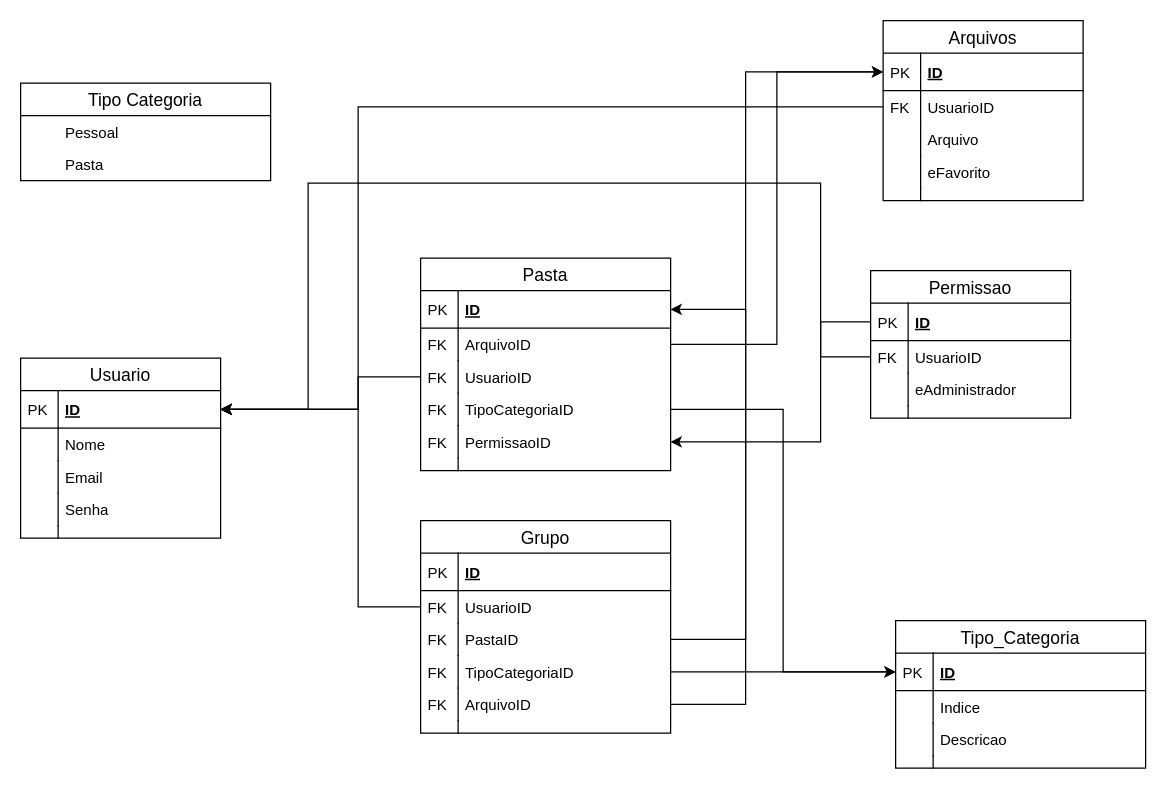
This is documentation/Project_Diagram_ERD.drawio from VictorManduca/dev_drop, a draw.io file, before an edit. Source tidied: cells renumbered, new cells numbered last; positions are measured from the earlier drawing's top-left corner, leaving out a move shared by most shapes. Both pictures are drawn from the tidied source at 125%, with x=0, y=0 at pixel (20, 20).
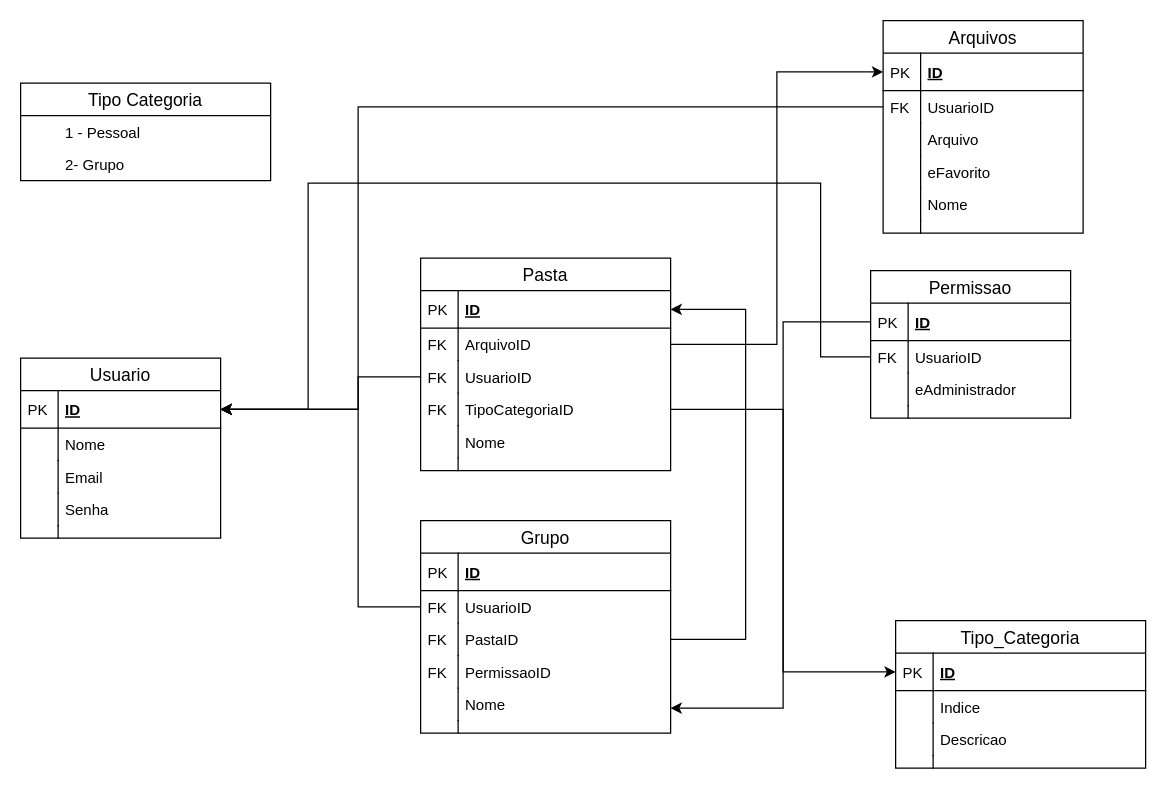
The same diagram, later.

Unchanged cells that the change refers to:
```xml
<mxCell id="3" value="ID" style="shape=partialRectangle;top=0;left=0;right=0;bottom=1;align=left;verticalAlign=middle;fillColor=none;spacingLeft=34;spacingRight=4;overflow=hidden;points=[[0,0.5],[1,0.5]];portConstraint=eastwest;fontStyle=5;fontSize=12;" parent="2" vertex="1">
  <mxGeometry y="26" width="160" height="30" as="geometry" />
</mxCell>
<mxCell id="17" value="ID" style="shape=partialRectangle;top=0;left=0;right=0;bottom=1;align=left;verticalAlign=middle;fillColor=none;spacingLeft=34;spacingRight=4;overflow=hidden;points=[[0,0.5],[1,0.5]];portConstraint=eastwest;fontStyle=5;fontSize=12;" parent="16" vertex="1">
  <mxGeometry y="26" width="200" height="30" as="geometry" />
</mxCell>
<mxCell id="26" value="Pasta" style="swimlane;fontStyle=0;horizontal=1;startSize=26;align=center;fontSize=14;" parent="1" vertex="1">
  <mxGeometry x="320" y="190" width="200" height="170" as="geometry" />
</mxCell>
<mxCell id="39" value="Grupo" style="swimlane;fontStyle=0;horizontal=1;startSize=26;align=center;fontSize=14;" parent="1" vertex="1">
  <mxGeometry x="320" y="400" width="200" height="170" as="geometry" />
</mxCell>
<mxCell id="56" value="ID" style="shape=partialRectangle;top=0;left=0;right=0;bottom=1;align=left;verticalAlign=middle;fillColor=none;spacingLeft=34;spacingRight=4;overflow=hidden;points=[[0,0.5],[1,0.5]];portConstraint=eastwest;fontStyle=5;fontSize=12;" parent="55" vertex="1">
  <mxGeometry y="26" width="160" height="30" as="geometry" />
</mxCell>
<mxCell id="58" value="UsuarioID" style="shape=partialRectangle;top=0;left=0;right=0;bottom=0;align=left;verticalAlign=top;fillColor=none;spacingLeft=34;spacingRight=4;overflow=hidden;points=[[0,0.5],[1,0.5]];portConstraint=eastwest;fontSize=12;" parent="55" vertex="1">
  <mxGeometry y="56" width="160" height="26" as="geometry" />
</mxCell>
<mxCell id="66" value="Tipo Categoria" style="swimlane;fontStyle=0;horizontal=1;startSize=26;align=center;fontSize=14;" parent="1" vertex="1">
  <mxGeometry y="50" width="200" height="78" as="geometry" />
</mxCell>
<mxCell id="70" value="ID" style="shape=partialRectangle;top=0;left=0;right=0;bottom=1;align=left;verticalAlign=middle;fillColor=none;spacingLeft=34;spacingRight=4;overflow=hidden;points=[[0,0.5],[1,0.5]];portConstraint=eastwest;fontStyle=5;fontSize=12;" parent="69" vertex="1">
  <mxGeometry y="26" width="160" height="30" as="geometry" />
</mxCell>
```

The edit, as a diff of the source:
```diff
@@
-    <mxCell id="15" style="edgeStyle=orthogonalEdgeStyle;rounded=0;jettySize=auto;html=1;entryX=0;entryY=0.5;entryDx=0;entryDy=0;" parent="1" edge="1" source="46" target="17">
-      <mxGeometry relative="1" as="geometry" />
-    </mxCell>
@@
-    <mxCell id="35" value="PermissaoID" style="shape=partialRectangle;top=0;left=0;right=0;bottom=0;align=left;verticalAlign=top;fillColor=none;spacingLeft=34;spacingRight=4;overflow=hidden;points=[[0,0.5],[1,0.5]];portConstraint=eastwest;fontSize=12;" parent="26" vertex="1">
-      <mxGeometry y="134" width="200" height="26" as="geometry" />
-    </mxCell>
-    <mxCell id="36" value="FK" style="shape=partialRectangle;top=0;left=0;bottom=0;fillColor=none;align=left;verticalAlign=top;spacingLeft=4;spacingRight=4;overflow=hidden;fontSize=12;" parent="35" vertex="1">
-      <mxGeometry width="30" height="26" as="geometry" />
-    </mxCell>
+    <mxCell id="81" value="Nome" style="shape=partialRectangle;top=0;left=0;right=0;bottom=0;align=left;verticalAlign=top;fillColor=none;spacingLeft=34;spacingRight=4;overflow=hidden;fontSize=12;" parent="26" vertex="1">
+      <mxGeometry y="134" width="200" height="26" as="geometry" />
+    </mxCell>
+    <mxCell id="82" style="shape=partialRectangle;top=0;left=0;bottom=0;fillColor=none;align=left;verticalAlign=top;spacingLeft=4;spacingRight=4;overflow=hidden;fontSize=12;" parent="81" vertex="1">
+      <mxGeometry width="30" height="26" as="geometry" />
+    </mxCell>
@@
-    <mxCell id="46" value="TipoCategoriaID" style="shape=partialRectangle;top=0;left=0;right=0;bottom=0;align=left;verticalAlign=top;fillColor=none;spacingLeft=34;spacingRight=4;overflow=hidden;points=[[0,0.5],[1,0.5]];portConstraint=eastwest;fontSize=12;" parent="39" vertex="1">
-      <mxGeometry y="108" width="200" height="26" as="geometry" />
-    </mxCell>
-    <mxCell id="47" value="FK" style="shape=partialRectangle;top=0;left=0;bottom=0;fillColor=none;align=left;verticalAlign=top;spacingLeft=4;spacingRight=4;overflow=hidden;fontSize=12;" parent="46" vertex="1">
-      <mxGeometry width="30" height="26" as="geometry" />
-    </mxCell>
-    <mxCell id="48" value="ArquivoID" style="shape=partialRectangle;top=0;left=0;right=0;bottom=0;align=left;verticalAlign=top;fillColor=none;spacingLeft=34;spacingRight=4;overflow=hidden;points=[[0,0.5],[1,0.5]];portConstraint=eastwest;fontSize=12;" parent="39" vertex="1">
-      <mxGeometry y="134" width="200" height="26" as="geometry" />
-    </mxCell>
-    <mxCell id="49" value="FK" style="shape=partialRectangle;top=0;left=0;bottom=0;fillColor=none;align=left;verticalAlign=top;spacingLeft=4;spacingRight=4;overflow=hidden;fontSize=12;" parent="48" vertex="1">
-      <mxGeometry width="30" height="26" as="geometry" />
-    </mxCell>
+    <mxCell id="35" value="PermissaoID" style="shape=partialRectangle;top=0;left=0;right=0;bottom=0;align=left;verticalAlign=top;fillColor=none;spacingLeft=34;spacingRight=4;overflow=hidden;points=[[0,0.5],[1,0.5]];portConstraint=eastwest;fontSize=12;" parent="39" vertex="1">
+      <mxGeometry y="108" width="200" height="26" as="geometry" />
+    </mxCell>
+    <mxCell id="83" value="FK" style="shape=partialRectangle;top=0;left=0;bottom=0;fillColor=none;align=left;verticalAlign=top;spacingLeft=4;spacingRight=4;overflow=hidden;fontSize=12;" parent="35" vertex="1">
+      <mxGeometry width="30" height="26" as="geometry" />
+    </mxCell>
+    <mxCell id="84" value="Nome" style="shape=partialRectangle;top=0;left=0;right=0;bottom=0;align=left;verticalAlign=top;fillColor=none;spacingLeft=34;spacingRight=4;overflow=hidden;fontSize=12;" parent="39" vertex="1">
+      <mxGeometry y="134" width="200" height="26" as="geometry" />
+    </mxCell>
+    <mxCell id="85" style="shape=partialRectangle;top=0;left=0;bottom=0;fillColor=none;align=left;verticalAlign=top;spacingLeft=4;spacingRight=4;overflow=hidden;fontSize=12;" parent="84" vertex="1">
+      <mxGeometry width="30" height="26" as="geometry" />
+    </mxCell>
@@
-    <mxCell id="54" style="edgeStyle=orthogonalEdgeStyle;rounded=0;jettySize=auto;html=1;entryX=1;entryY=0.5;entryDx=0;entryDy=0;" parent="1" edge="1" source="58" target="3">
+    <mxCell id="54" style="edgeStyle=orthogonalEdgeStyle;rounded=0;jettySize=auto;html=1;entryX=1;entryY=0.5;entryDx=0;entryDy=0;exitX=0;exitY=0.5;exitDx=0;exitDy=0;" parent="1" edge="1" source="58" target="3">
       <mxGeometry relative="1" as="geometry">
         <Array as="points">
           <mxPoint x="270" y="69" />
           <mxPoint x="270" y="311" />
         </Array>
       </mxGeometry>
     </mxCell>
     <mxCell id="55" value="Arquivos" style="swimlane;fontStyle=0;horizontal=1;startSize=26;align=center;fontSize=14;" parent="1" vertex="1">
-      <mxGeometry x="690" width="160" height="144" as="geometry" />
+      <mxGeometry x="690" width="160" height="170" as="geometry" />
     </mxCell>
@@
+    <mxCell id="86" value="Nome" style="shape=partialRectangle;top=0;left=0;right=0;bottom=0;align=left;verticalAlign=top;fillColor=none;spacingLeft=34;spacingRight=4;overflow=hidden;fontSize=12;" parent="55" vertex="1">
+      <mxGeometry y="134" width="160" height="26" as="geometry" />
+    </mxCell>
+    <mxCell id="87" style="shape=partialRectangle;top=0;left=0;bottom=0;fillColor=none;align=left;verticalAlign=top;spacingLeft=4;spacingRight=4;overflow=hidden;fontSize=12;" parent="86" vertex="1">
+      <mxGeometry width="30" height="26" as="geometry" />
+    </mxCell>
     <mxCell id="64" style="shape=partialRectangle;top=0;left=0;right=0;bottom=0;align=left;verticalAlign=top;fillColor=none;spacingLeft=34;spacingRight=4;overflow=hidden;fontSize=12;" parent="55" vertex="1">
-      <mxGeometry y="134" width="160" height="10" as="geometry" />
+      <mxGeometry y="160" width="160" height="10" as="geometry" />
     </mxCell>
@@
-    <mxCell id="67" value="Pessoal" style="shape=partialRectangle;top=0;left=0;right=0;bottom=0;align=left;verticalAlign=top;fillColor=none;spacingLeft=34;spacingRight=4;overflow=hidden;fontSize=12;" parent="66" vertex="1">
+    <mxCell id="67" value="1 - Pessoal" style="shape=partialRectangle;top=0;left=0;right=0;bottom=0;align=left;verticalAlign=top;fillColor=none;spacingLeft=34;spacingRight=4;overflow=hidden;fontSize=12;" parent="66" vertex="1">
       <mxGeometry y="26" width="200" height="26" as="geometry" />
     </mxCell>
-    <mxCell id="68" value="Pasta" style="shape=partialRectangle;top=0;left=0;right=0;bottom=0;align=left;verticalAlign=top;fillColor=none;spacingLeft=34;spacingRight=4;overflow=hidden;fontSize=12;" parent="66" vertex="1">
+    <mxCell id="68" value="2- Grupo" style="shape=partialRectangle;top=0;left=0;right=0;bottom=0;align=left;verticalAlign=top;fillColor=none;spacingLeft=34;spacingRight=4;overflow=hidden;fontSize=12;" parent="66" vertex="1">
       <mxGeometry y="52" width="200" height="26" as="geometry" />
     </mxCell>
@@
-    <mxCell id="78" style="edgeStyle=orthogonalEdgeStyle;rounded=0;jettySize=auto;html=1;entryX=1;entryY=0.5;entryDx=0;entryDy=0;" parent="1" edge="1" source="70" target="35">
-      <mxGeometry relative="1" as="geometry">
-        <Array as="points">
-          <mxPoint x="640" y="241" />
-          <mxPoint x="640" y="337" />
-        </Array>
-      </mxGeometry>
-    </mxCell>
@@
-    <mxCell id="80" style="edgeStyle=orthogonalEdgeStyle;rounded=0;jettySize=auto;html=1;entryX=0;entryY=0.5;entryDx=0;entryDy=0;" parent="1" edge="1" source="48" target="56">
-      <mxGeometry relative="1" as="geometry">
-        <Array as="points">
-          <mxPoint x="580" y="547" />
-          <mxPoint x="580" y="41" />
-        </Array>
-      </mxGeometry>
-    </mxCell>
+    <mxCell id="88" style="edgeStyle=orthogonalEdgeStyle;rounded=0;jettySize=auto;html=1;" parent="1" edge="1" source="70">
+      <mxGeometry relative="1" as="geometry">
+        <mxPoint x="520" y="550" as="targetPoint" />
+        <Array as="points">
+          <mxPoint x="610" y="241" />
+          <mxPoint x="610" y="550" />
+          <mxPoint x="524" y="550" />
+        </Array>
+      </mxGeometry>
+    </mxCell>
```
